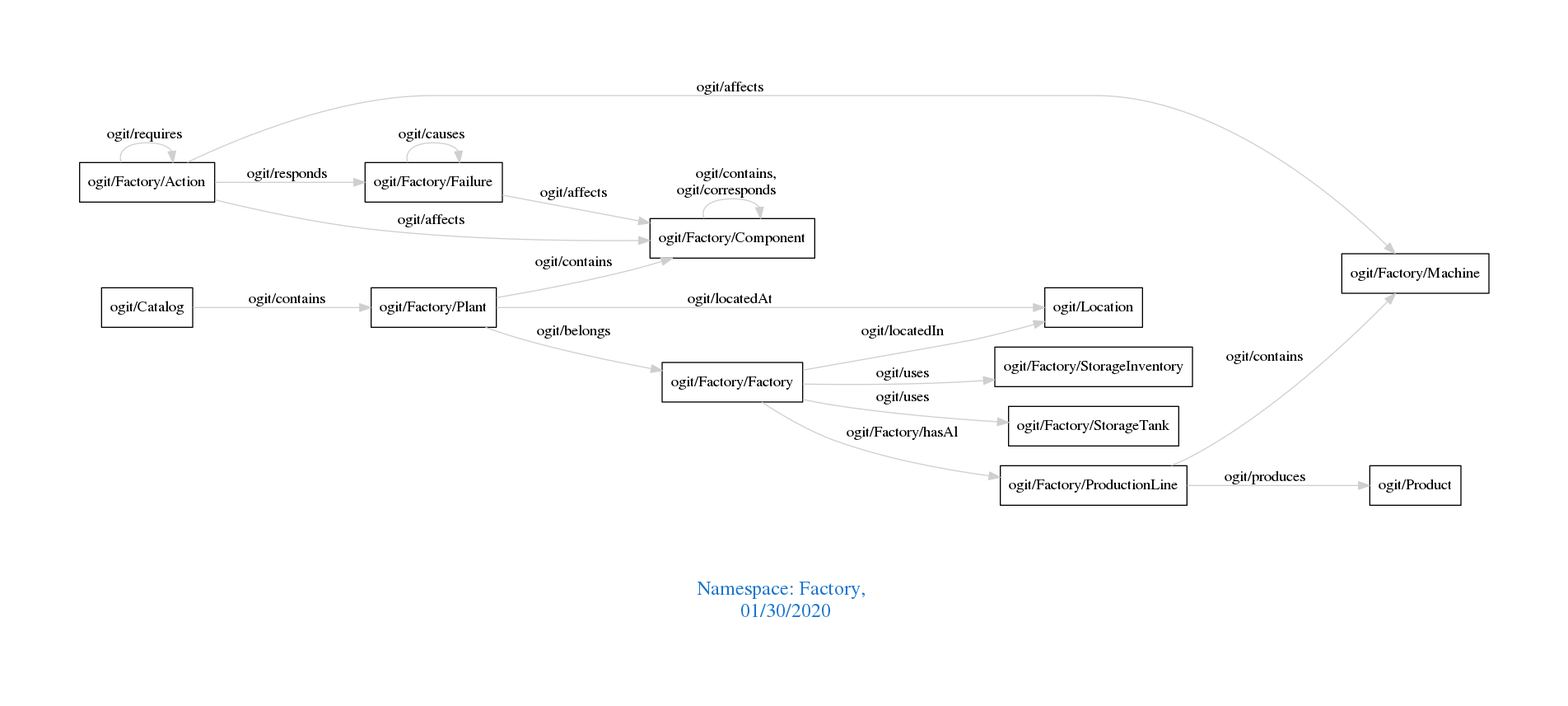
Above: downloads/Factory.png in arago/OGIT (Graphviz), before the change. Its source is kept beside it as downloads/Factory.dot.
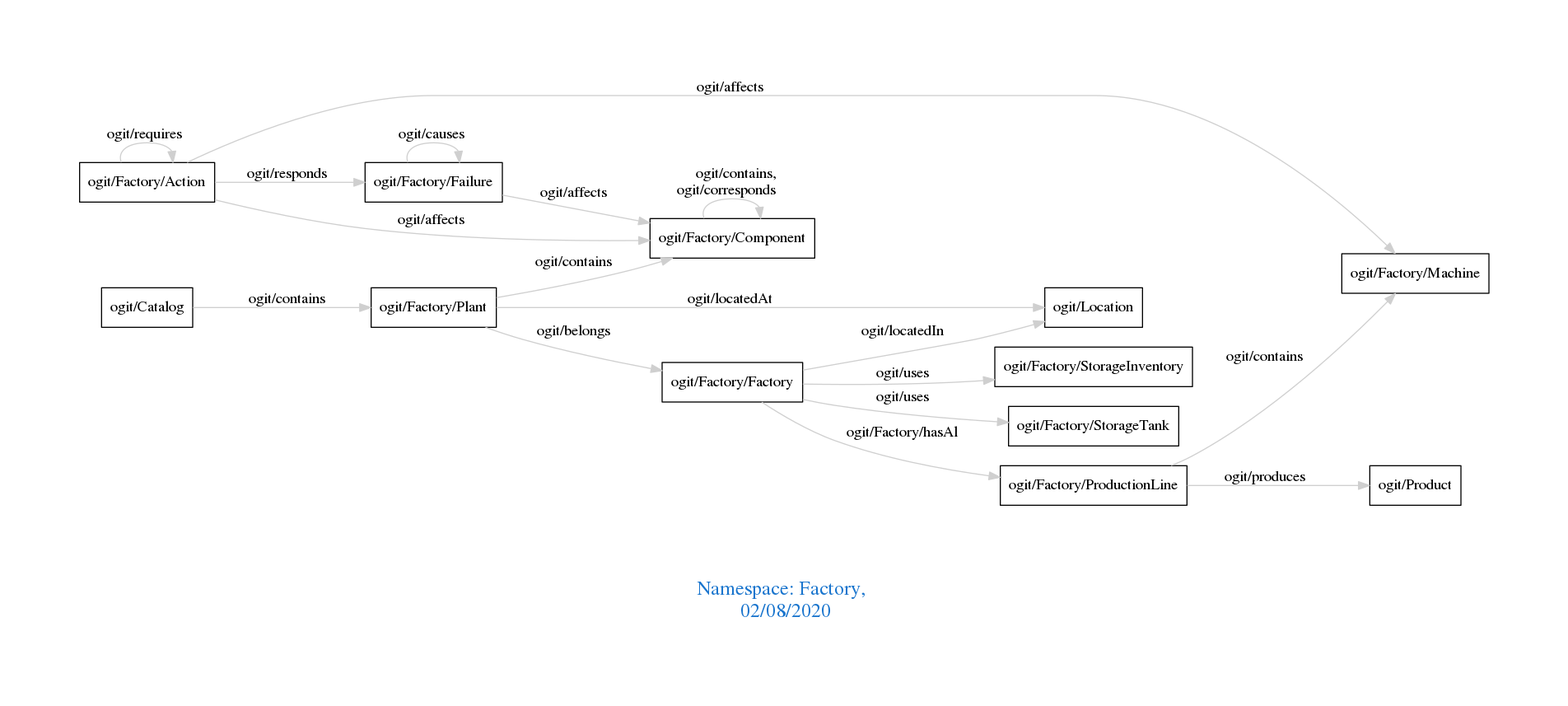
Later version of the same file.

Change to the diagram source:
```diff
@@ -1,7 +1,7 @@
 digraph OGIT_ontology {
  graph [ rankdir= LR,pad=1
 fontsize = 18,
-fontcolor= dodgerblue3,label = "\n\n\nNamespace: Factory, \n 01/30/2020"];
+fontcolor= dodgerblue3,label = "\n\n\nNamespace: Factory, \n 02/08/2020"];
 node[shape=polygon];
 edge [  color="gray81"];
 
```
